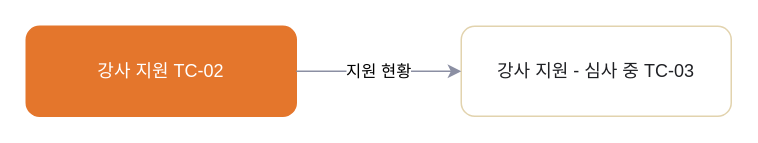
Before: page "TC 강사센터" (2 of 9) of 판매용_템플릿/_판매팩/LMS_디럭스/05_FLOW_흐름도.drawio in hyunplanb-cyber/ia-generation-platform, a draw.io diagram. Source tidied: cells renumbered, new cells numbered last; positions are measured from the earlier drawing's top-left corner, leaving out a move shared by most shapes. Both pictures are drawn from the tidied source at 150%, with x=0, y=0 at pixel (26, 26).
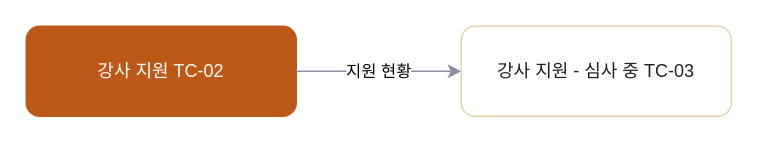
The same page after the edit.

Change to the diagram source:
```diff
@@
 <mxGraphModel>
   <root>
     <mxCell id="0" />
     <mxCell id="1" parent="0" />
-    <mxCell id="2" value="강사 지원 TC-02" style="rounded=1;whiteSpace=wrap;html=1;fillColor=#E4762C;strokeColor=#E4762C;fontColor=#FFFFFF;" parent="1" vertex="1">
+    <mxCell id="2" value="강사 지원 TC-02" style="rounded=1;whiteSpace=wrap;html=1;fillColor=#BC5918;strokeColor=#BC5918;fontColor=#FFFFFF;" parent="1" vertex="1">
       <mxGeometry width="180" height="60" as="geometry" />
     </mxCell>
     <mxCell id="3" value="강사 지원 - 심사 중 TC-03" style="rounded=1;whiteSpace=wrap;html=1;fillColor=#FFFFFF;strokeColor=#E2D3AE;fontColor=#1F2024;" parent="1" vertex="1">
       <mxGeometry x="290" width="180" height="60" as="geometry" />
     </mxCell>
     <mxCell id="4" value="지원 현황" style="edgeStyle=orthogonalEdgeStyle;rounded=1;html=1;strokeColor=#8B8FA3;" parent="1" edge="1" source="2" target="3">
       <mxGeometry relative="1" as="geometry" />
     </mxCell>
   </root>
 </mxGraphModel>
```
